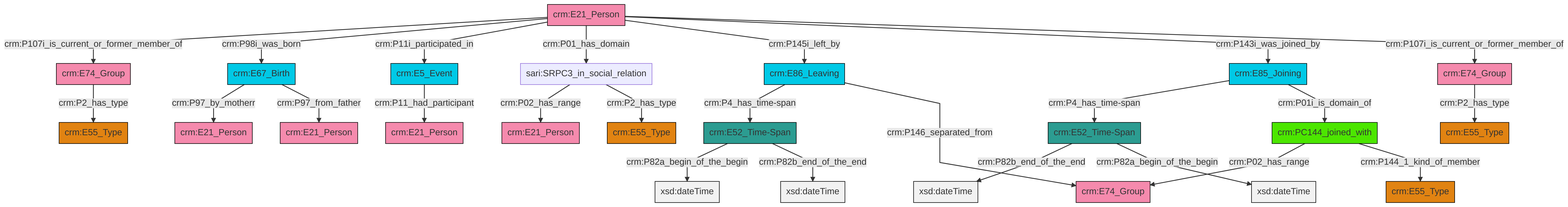
swiss-art-research-net/docs.swissartresearch keeps this Mermaid diagram as et/personCSV/ttl/mmd/png/Person_Actor_Relations.png. Above is the earlier version. Its source is kept beside it as et/personCSV/ttl/mmd/Person_Actor_Relations.ttl.mmd. Source of this version:
```mermaid
graph TD
classDef Literal fill:#f2f2f2,stroke:#000000;
classDef CRM_Entity fill:#FFFFFF,stroke:#000000;
classDef Temporal_Entity fill:#00C9E6, stroke:#000000;
classDef Type fill:#E18312, stroke:#000000;
classDef Time-Span fill:#2C9C91, stroke:#000000;
classDef Appellation fill:#FFEB7F, stroke:#000000;
classDef Place fill:#008836, stroke:#000000;
classDef Persistent_Item fill:#B266B2, stroke:#000000;
classDef Conceptual_Object fill:#FFD700, stroke:#000000;
classDef Physical_Thing fill:#D2B48C, stroke:#000000;
classDef Actor fill:#f58aad, stroke:#000000;
classDef PC_Classes fill:#4ce600, stroke:#000000;
classDef Multi fill:#cccccc,stroke:#000000;

6["crm:E21_Person"]:::Actor -->|crm:P107i_is_current_or_former_member_of| 7["crm:E74_Group"]:::Actor
6["crm:E21_Person"]:::Actor -->|crm:P98i_was_born| 10["crm:E67_Birth"]:::Temporal_Entity
11["crm:E86_Leaving"]:::Temporal_Entity -->|crm:P4_has_time-span| 12["crm:E52_Time-Span"]:::Time-Span
15["crm:E52_Time-Span"]:::Time-Span -->|crm:P82b_end_of_the_end| 16[xsd:dateTime]:::Literal
21["sari:SRPC3_in_social_relation"]:::Default -->|crm:P02_has_range| 22["crm:E21_Person"]:::Actor
6["crm:E21_Person"]:::Actor -->|crm:P11i_participated_in| 23["crm:E5_Event"]:::Temporal_Entity
23["crm:E5_Event"]:::Temporal_Entity -->|crm:P11_had_participant| 0["crm:E21_Person"]:::Actor
15["crm:E52_Time-Span"]:::Time-Span -->|crm:P82a_begin_of_the_begin| 32[xsd:dateTime]:::Literal
12["crm:E52_Time-Span"]:::Time-Span -->|crm:P82a_begin_of_the_begin| 34[xsd:dateTime]:::Literal
8["crm:E74_Group"]:::Actor -->|crm:P2_has_type| 17["crm:E55_Type"]:::Type
36["crm:PC144_joined_with"]:::PC_Classes -->|crm:P02_has_range| 4["crm:E74_Group"]:::Actor
10["crm:E67_Birth"]:::Temporal_Entity -->|crm:P97_by_motherr| 37["crm:E21_Person"]:::Actor
12["crm:E52_Time-Span"]:::Time-Span -->|crm:P82b_end_of_the_end| 40[xsd:dateTime]:::Literal
7["crm:E74_Group"]:::Actor -->|crm:P2_has_type| 28["crm:E55_Type"]:::Type
21["sari:SRPC3_in_social_relation"]:::Default -->|crm:P2_has_type| 41["crm:E55_Type"]:::Type
6["crm:E21_Person"]:::Actor -->|crm:P01_has_domain| 21["sari:SRPC3_in_social_relation"]:::Default
6["crm:E21_Person"]:::Actor -->|crm:P145i_left_by| 11["crm:E86_Leaving"]:::Temporal_Entity
36["crm:PC144_joined_with"]:::PC_Classes -->|crm:P144_1_kind_of_member| 2["crm:E55_Type"]:::Type
42["crm:E85_Joining"]:::Temporal_Entity -->|crm:P4_has_time-span| 15["crm:E52_Time-Span"]:::Time-Span
10["crm:E67_Birth"]:::Temporal_Entity -->|crm:P97_from_father| 13["crm:E21_Person"]:::Actor
6["crm:E21_Person"]:::Actor -->|crm:P143i_was_joined_by| 42["crm:E85_Joining"]:::Temporal_Entity
6["crm:E21_Person"]:::Actor -->|crm:P107i_is_current_or_former_member_of| 8["crm:E74_Group"]:::Actor
11["crm:E86_Leaving"]:::Temporal_Entity -->|crm:P146_separated_from| 4["crm:E74_Group"]:::Actor
42["crm:E85_Joining"]:::Temporal_Entity -->|crm:P01i_is_domain_of| 36["crm:PC144_joined_with"]:::PC_Classes
```
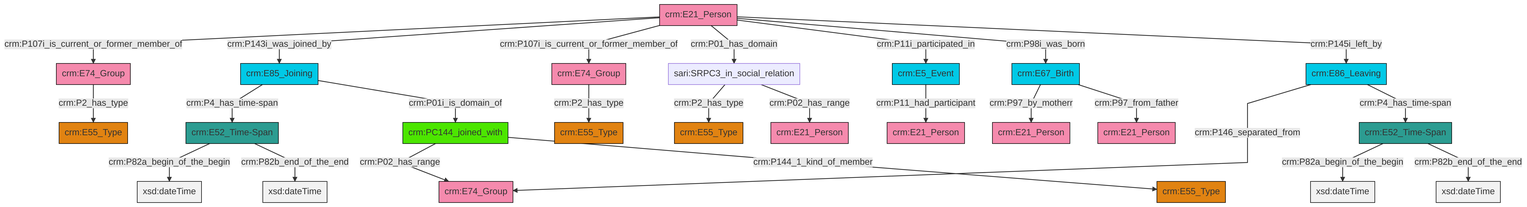
Above is the later version.

Diff of the diagram source:
```diff
@@ -13,27 +13,27 @@
 classDef PC_Classes fill:#4ce600, stroke:#000000;
 classDef Multi fill:#cccccc,stroke:#000000;
 
-6["crm:E21_Person"]:::Actor -->|crm:P107i_is_current_or_former_member_of| 7["crm:E74_Group"]:::Actor
-6["crm:E21_Person"]:::Actor -->|crm:P98i_was_born| 10["crm:E67_Birth"]:::Temporal_Entity
-11["crm:E86_Leaving"]:::Temporal_Entity -->|crm:P4_has_time-span| 12["crm:E52_Time-Span"]:::Time-Span
-15["crm:E52_Time-Span"]:::Time-Span -->|crm:P82b_end_of_the_end| 16[xsd:dateTime]:::Literal
-21["sari:SRPC3_in_social_relation"]:::Default -->|crm:P02_has_range| 22["crm:E21_Person"]:::Actor
-6["crm:E21_Person"]:::Actor -->|crm:P11i_participated_in| 23["crm:E5_Event"]:::Temporal_Entity
-23["crm:E5_Event"]:::Temporal_Entity -->|crm:P11_had_participant| 0["crm:E21_Person"]:::Actor
-15["crm:E52_Time-Span"]:::Time-Span -->|crm:P82a_begin_of_the_begin| 32[xsd:dateTime]:::Literal
-12["crm:E52_Time-Span"]:::Time-Span -->|crm:P82a_begin_of_the_begin| 34[xsd:dateTime]:::Literal
-8["crm:E74_Group"]:::Actor -->|crm:P2_has_type| 17["crm:E55_Type"]:::Type
-36["crm:PC144_joined_with"]:::PC_Classes -->|crm:P02_has_range| 4["crm:E74_Group"]:::Actor
-10["crm:E67_Birth"]:::Temporal_Entity -->|crm:P97_by_motherr| 37["crm:E21_Person"]:::Actor
-12["crm:E52_Time-Span"]:::Time-Span -->|crm:P82b_end_of_the_end| 40[xsd:dateTime]:::Literal
-7["crm:E74_Group"]:::Actor -->|crm:P2_has_type| 28["crm:E55_Type"]:::Type
-21["sari:SRPC3_in_social_relation"]:::Default -->|crm:P2_has_type| 41["crm:E55_Type"]:::Type
-6["crm:E21_Person"]:::Actor -->|crm:P01_has_domain| 21["sari:SRPC3_in_social_relation"]:::Default
-6["crm:E21_Person"]:::Actor -->|crm:P145i_left_by| 11["crm:E86_Leaving"]:::Temporal_Entity
-36["crm:PC144_joined_with"]:::PC_Classes -->|crm:P144_1_kind_of_member| 2["crm:E55_Type"]:::Type
-42["crm:E85_Joining"]:::Temporal_Entity -->|crm:P4_has_time-span| 15["crm:E52_Time-Span"]:::Time-Span
-10["crm:E67_Birth"]:::Temporal_Entity -->|crm:P97_from_father| 13["crm:E21_Person"]:::Actor
-6["crm:E21_Person"]:::Actor -->|crm:P143i_was_joined_by| 42["crm:E85_Joining"]:::Temporal_Entity
-6["crm:E21_Person"]:::Actor -->|crm:P107i_is_current_or_former_member_of| 8["crm:E74_Group"]:::Actor
-11["crm:E86_Leaving"]:::Temporal_Entity -->|crm:P146_separated_from| 4["crm:E74_Group"]:::Actor
-42["crm:E85_Joining"]:::Temporal_Entity -->|crm:P01i_is_domain_of| 36["crm:PC144_joined_with"]:::PC_Classes
+0["crm:E67_Birth"]:::Temporal_Entity -->|crm:P97_by_motherr| 1["crm:E21_Person"]:::Actor
+2["crm:E52_Time-Span"]:::Time-Span -->|crm:P82a_begin_of_the_begin| 3[xsd:dateTime]:::Literal
+4["crm:E85_Joining"]:::Temporal_Entity -->|crm:P4_has_time-span| 5["crm:E52_Time-Span"]:::Time-Span
+7["crm:E21_Person"]:::Actor -->|crm:P107i_is_current_or_former_member_of| 8["crm:E74_Group"]:::Actor
+8["crm:E74_Group"]:::Actor -->|crm:P2_has_type| 9["crm:E55_Type"]:::Type
+5["crm:E52_Time-Span"]:::Time-Span -->|crm:P82a_begin_of_the_begin| 18[xsd:dateTime]:::Literal
+4["crm:E85_Joining"]:::Temporal_Entity -->|crm:P01i_is_domain_of| 24["crm:PC144_joined_with"]:::PC_Classes
+25["sari:SRPC3_in_social_relation"]:::Default -->|crm:P2_has_type| 26["crm:E55_Type"]:::Type
+7["crm:E21_Person"]:::Actor -->|crm:P143i_was_joined_by| 4["crm:E85_Joining"]:::Temporal_Entity
+7["crm:E21_Person"]:::Actor -->|crm:P107i_is_current_or_former_member_of| 22["crm:E74_Group"]:::Actor
+7["crm:E21_Person"]:::Actor -->|crm:P01_has_domain| 25["sari:SRPC3_in_social_relation"]:::Default
+24["crm:PC144_joined_with"]:::PC_Classes -->|crm:P02_has_range| 15["crm:E74_Group"]:::Actor
+11["crm:E86_Leaving"]:::Temporal_Entity -->|crm:P146_separated_from| 15["crm:E74_Group"]:::Actor
+7["crm:E21_Person"]:::Actor -->|crm:P11i_participated_in| 30["crm:E5_Event"]:::Temporal_Entity
+2["crm:E52_Time-Span"]:::Time-Span -->|crm:P82b_end_of_the_end| 33[xsd:dateTime]:::Literal
+30["crm:E5_Event"]:::Temporal_Entity -->|crm:P11_had_participant| 27["crm:E21_Person"]:::Actor
+11["crm:E86_Leaving"]:::Temporal_Entity -->|crm:P4_has_time-span| 2["crm:E52_Time-Span"]:::Time-Span
+0["crm:E67_Birth"]:::Temporal_Entity -->|crm:P97_from_father| 39["crm:E21_Person"]:::Actor
+7["crm:E21_Person"]:::Actor -->|crm:P98i_was_born| 0["crm:E67_Birth"]:::Temporal_Entity
+22["crm:E74_Group"]:::Actor -->|crm:P2_has_type| 13["crm:E55_Type"]:::Type
+25["sari:SRPC3_in_social_relation"]:::Default -->|crm:P02_has_range| 44["crm:E21_Person"]:::Actor
+5["crm:E52_Time-Span"]:::Time-Span -->|crm:P82b_end_of_the_end| 46[xsd:dateTime]:::Literal
+24["crm:PC144_joined_with"]:::PC_Classes -->|crm:P144_1_kind_of_member| 20["crm:E55_Type"]:::Type
+7["crm:E21_Person"]:::Actor -->|crm:P145i_left_by| 11["crm:E86_Leaving"]:::Temporal_Entity
```
